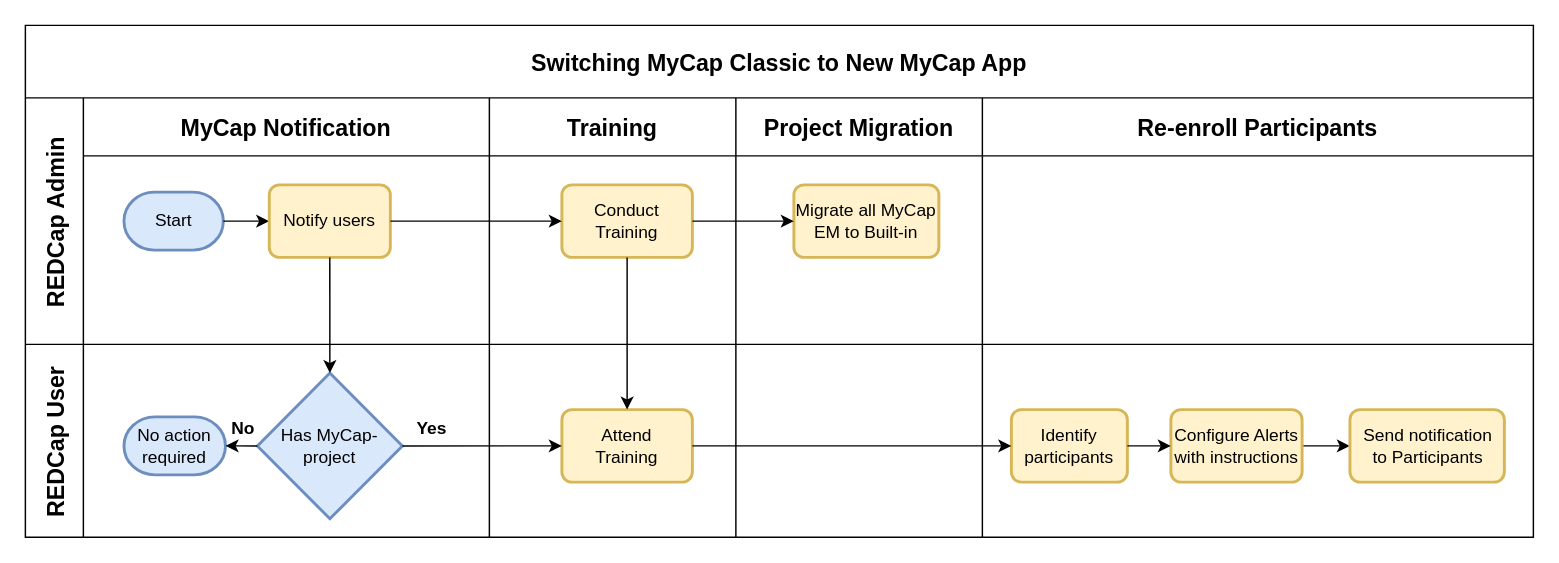
Earlier version of the draw.io diagram mycap.drawio (cnsp/MyCap-Migration-Workflow). Source tidied: cells renumbered, new cells numbered last; positions are measured from the earlier drawing's top-left corner, leaving out a move shared by most shapes. Both pictures are drawn from the tidied source at 145%, with x=0, y=0 at pixel (25, 25).
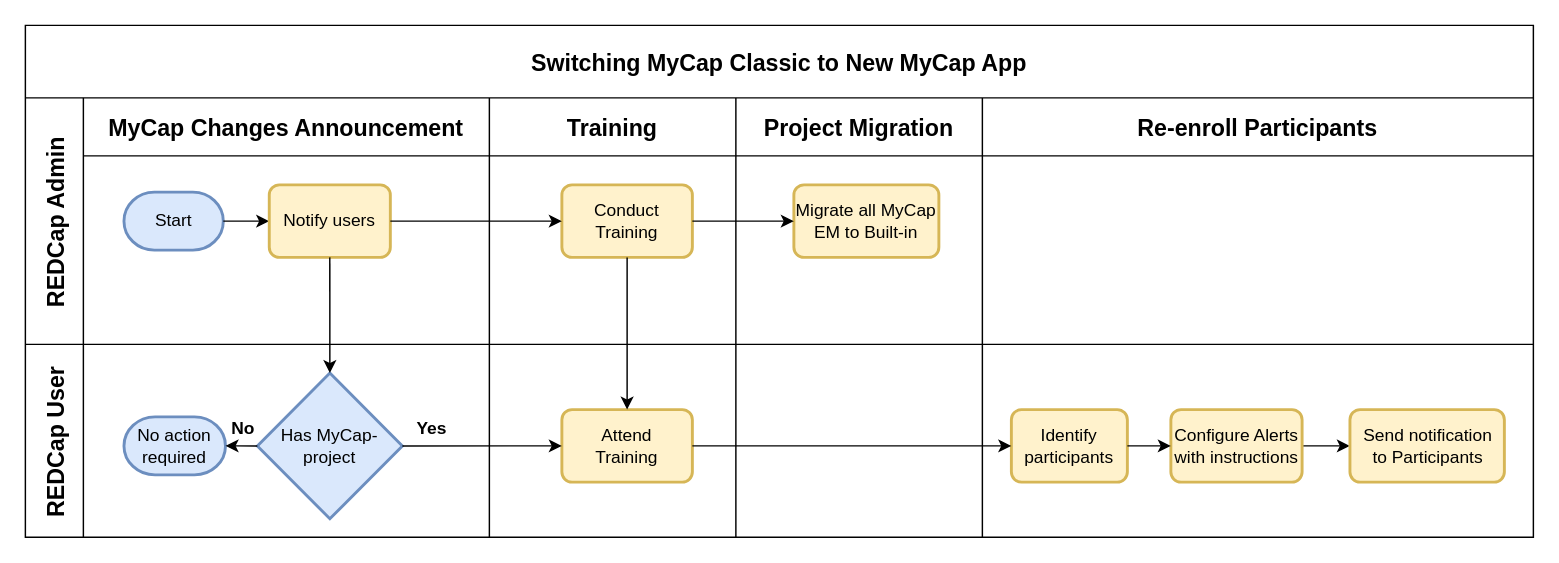
The same diagram, later.

The change refers to these unchanged cells:
```xml
<mxCell id="3" value="REDCap Admin" style="shape=tableRow;horizontal=0;swimlaneHead=0;swimlaneBody=0;top=0;left=0;strokeColor=inherit;bottom=0;right=0;fontStyle=1;fillColor=none;startSize=40;fontSize=16;" parent="2" vertex="1">
  <mxGeometry y="50" width="1040" height="170" as="geometry" />
</mxCell>
```

What changed in the source:
```diff
@@
-    <mxCell id="4" value="MyCap Notification" style="swimlane;swimlaneHead=0;swimlaneBody=0;fontStyle=1;strokeColor=inherit;fillColor=none;startSize=40;fontSize=16;" parent="3" vertex="1">
+    <mxCell id="4" value="MyCap Changes Announcement" style="swimlane;swimlaneHead=0;swimlaneBody=0;fontStyle=1;strokeColor=inherit;fillColor=none;startSize=40;fontSize=16;" parent="3" vertex="1">
       <mxGeometry x="40" width="280" height="170" as="geometry" />
     </mxCell>
```
